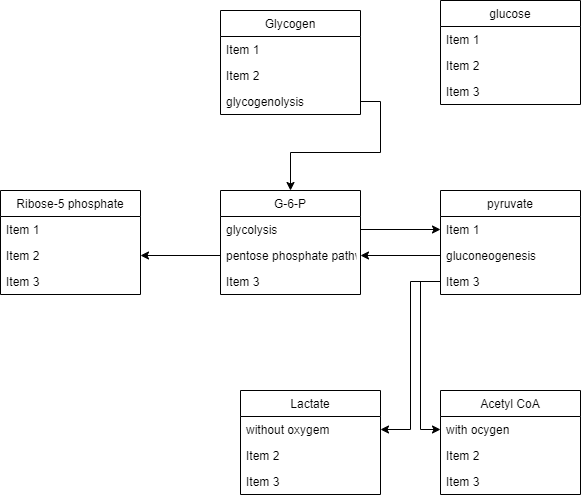
wzj9050/9050 keeps this draw.io diagram as G-6-P.png. Above is the earlier version. Source tidied: cells renumbered, new cells last; positions are measured from the earlier drawing's top-left corner, leaving out a move shared by most shapes.
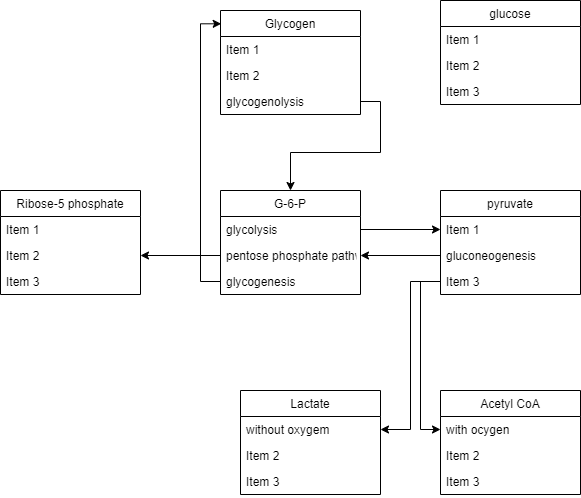
After the commit.

Diff of the diagram source:
```diff
@@ -11,7 +11,7 @@
     <mxCell id="4" value="pentose phosphate pathway" style="text;strokeColor=none;fillColor=none;align=left;verticalAlign=top;spacingLeft=4;spacingRight=4;overflow=hidden;points=[[0,0.5],[1,0.5]];portConstraint=eastwest;" parent="2" vertex="1">
       <mxGeometry y="52" width="140" height="26" as="geometry" />
     </mxCell>
-    <mxCell id="5" value="Item 3" style="text;strokeColor=none;fillColor=none;align=left;verticalAlign=top;spacingLeft=4;spacingRight=4;overflow=hidden;points=[[0,0.5],[1,0.5]];portConstraint=eastwest;" parent="2" vertex="1">
+    <mxCell id="5" value="glycogenesis" style="text;strokeColor=none;fillColor=none;align=left;verticalAlign=top;spacingLeft=4;spacingRight=4;overflow=hidden;points=[[0,0.5],[1,0.5]];portConstraint=eastwest;" parent="2" vertex="1">
       <mxGeometry y="78" width="140" height="26" as="geometry" />
     </mxCell>
     <mxCell id="6" value="pyruvate" style="swimlane;fontStyle=0;horizontal=1;startSize=26;" parent="1" vertex="1">
@@ -104,5 +104,8 @@
     <mxCell id="35" style="edgeStyle=orthogonalEdgeStyle;rounded=0;jettySize=auto;html=1;exitX=0;exitY=0.5;exitDx=0;exitDy=0;entryX=1;entryY=0.5;entryDx=0;entryDy=0;" parent="1" edge="1" source="9" target="32">
       <mxGeometry relative="1" as="geometry" />
     </mxCell>
+    <mxCell id="36" style="edgeStyle=orthogonalEdgeStyle;rounded=0;jettySize=auto;html=1;exitX=0;exitY=0.5;exitDx=0;exitDy=0;entryX=0.005;entryY=0.128;entryDx=0;entryDy=0;entryPerimeter=0;" parent="1" edge="1" source="5" target="14">
+      <mxGeometry relative="1" as="geometry" />
+    </mxCell>
   </root>
 </mxGraphModel>
```
